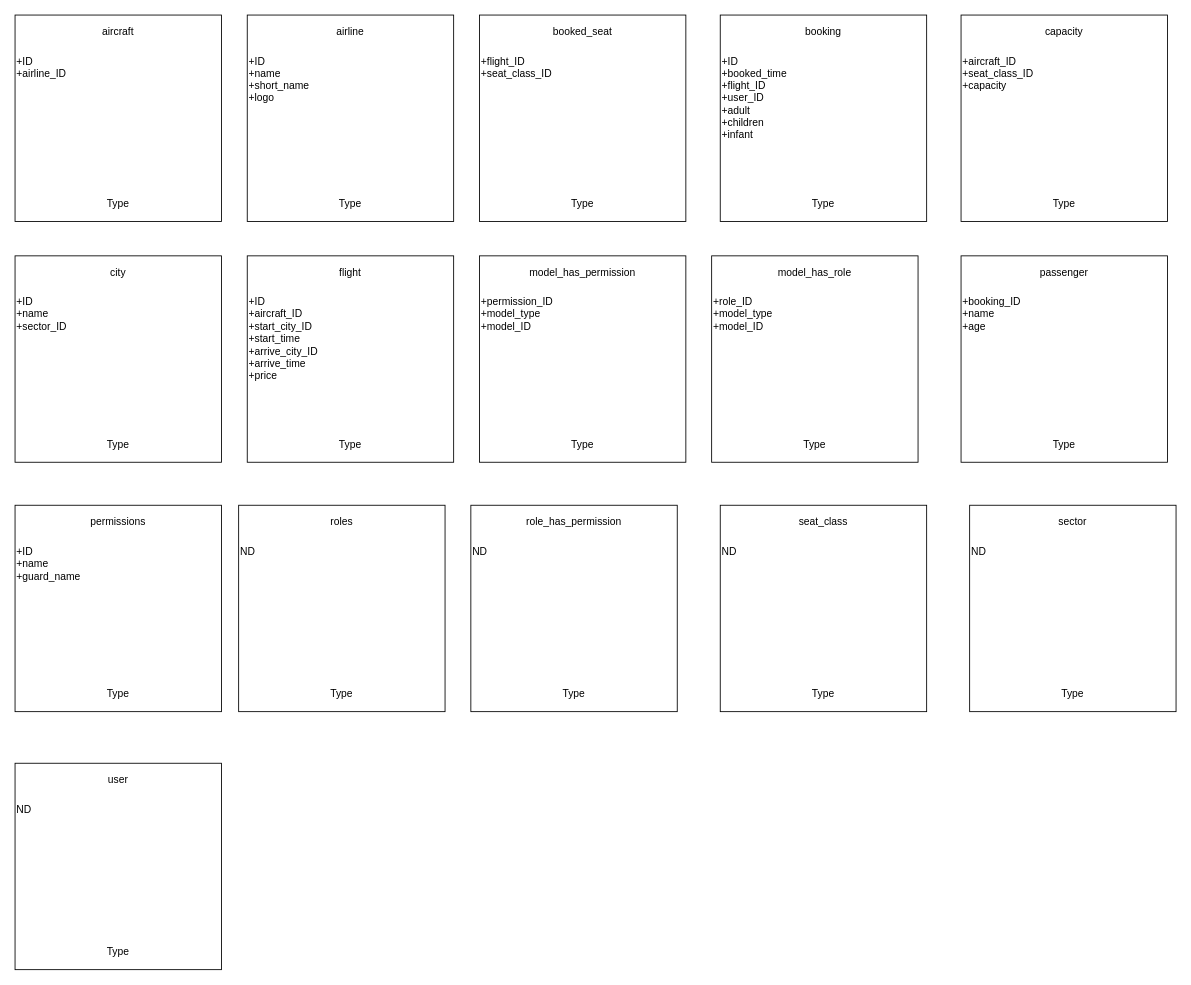
The draw.io diagram Untitled Diagram.drawio in trungkien4723/datvemaybay, before the edit. Source tidied: cells renumbered, new cells numbered last; positions are measured from the earlier drawing's top-left corner, leaving out a move shared by most shapes. Both pictures are drawn from the tidied source at 86%, with x=0, y=0 at pixel (15, 15).
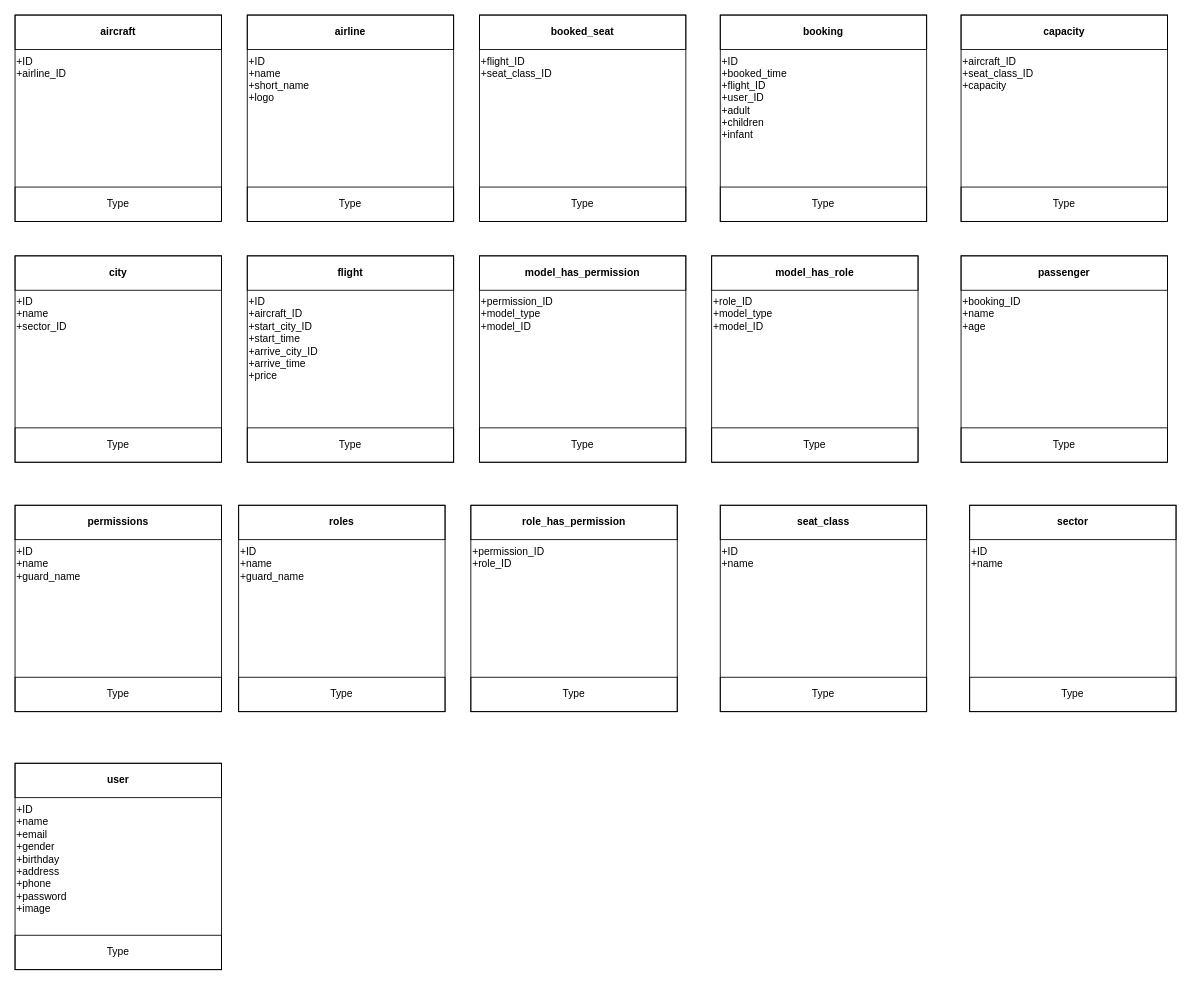
The same diagram, later.

Change to the diagram source:
```diff
@@
-    <mxCell id="3" value="aircraft" style="text;html=1;strokeColor=none;fillColor=none;align=center;verticalAlign=middle;whiteSpace=wrap;rounded=0;" parent="1" vertex="1">
+    <mxCell id="3" value="aircraft" style="text;html=1;fillColor=none;align=center;verticalAlign=middle;whiteSpace=wrap;rounded=0;fontStyle=1;strokeColor=#000000;" parent="1" vertex="1">
       <mxGeometry width="240" height="40" as="geometry" />
     </mxCell>
@@
-    <mxCell id="5" value="&lt;div&gt;Type&lt;/div&gt;" style="text;html=1;strokeColor=none;fillColor=none;align=center;verticalAlign=middle;whiteSpace=wrap;rounded=0;" parent="1" vertex="1">
+    <mxCell id="5" value="&lt;div&gt;Type&lt;/div&gt;" style="text;html=1;fillColor=none;align=center;verticalAlign=middle;whiteSpace=wrap;rounded=0;strokeColor=#000000;" parent="1" vertex="1">
       <mxGeometry y="200" width="240" height="40" as="geometry" />
     </mxCell>
@@
-    <mxCell id="7" value="capacity" style="text;html=1;strokeColor=none;fillColor=none;align=center;verticalAlign=middle;whiteSpace=wrap;rounded=0;" parent="1" vertex="1">
+    <mxCell id="7" value="capacity" style="text;html=1;fillColor=none;align=center;verticalAlign=middle;whiteSpace=wrap;rounded=0;fontStyle=1;strokeColor=#000000;" parent="1" vertex="1">
       <mxGeometry x="1100" width="240" height="40" as="geometry" />
     </mxCell>
@@
-    <mxCell id="9" value="&lt;div&gt;Type&lt;/div&gt;" style="text;html=1;strokeColor=none;fillColor=none;align=center;verticalAlign=middle;whiteSpace=wrap;rounded=0;" parent="1" vertex="1">
+    <mxCell id="9" value="&lt;div&gt;Type&lt;/div&gt;" style="text;html=1;fillColor=none;align=center;verticalAlign=middle;whiteSpace=wrap;rounded=0;strokeColor=#000000;" parent="1" vertex="1">
       <mxGeometry x="1100" y="200" width="240" height="40" as="geometry" />
     </mxCell>
@@
-    <mxCell id="11" value="model_has_role" style="text;html=1;strokeColor=none;fillColor=none;align=center;verticalAlign=middle;whiteSpace=wrap;rounded=0;" parent="1" vertex="1">
+    <mxCell id="11" value="model_has_role" style="text;html=1;fillColor=none;align=center;verticalAlign=middle;whiteSpace=wrap;rounded=0;fontStyle=1;strokeColor=#000000;" parent="1" vertex="1">
       <mxGeometry x="810" y="280" width="240" height="40" as="geometry" />
     </mxCell>
@@
-    <mxCell id="13" value="&lt;div&gt;Type&lt;/div&gt;" style="text;html=1;strokeColor=none;fillColor=none;align=center;verticalAlign=middle;whiteSpace=wrap;rounded=0;" parent="1" vertex="1">
+    <mxCell id="13" value="&lt;div&gt;Type&lt;/div&gt;" style="text;html=1;fillColor=none;align=center;verticalAlign=middle;whiteSpace=wrap;rounded=0;strokeColor=#000000;" parent="1" vertex="1">
       <mxGeometry x="810" y="480" width="240" height="40" as="geometry" />
     </mxCell>
@@
-    <mxCell id="15" value="booking" style="text;html=1;strokeColor=none;fillColor=none;align=center;verticalAlign=middle;whiteSpace=wrap;rounded=0;" parent="1" vertex="1">
+    <mxCell id="15" value="booking" style="text;html=1;fillColor=none;align=center;verticalAlign=middle;whiteSpace=wrap;rounded=0;fontStyle=1;strokeColor=#000000;" parent="1" vertex="1">
       <mxGeometry x="820" width="240" height="40" as="geometry" />
     </mxCell>
@@
-    <mxCell id="17" value="&lt;div&gt;Type&lt;/div&gt;" style="text;html=1;strokeColor=none;fillColor=none;align=center;verticalAlign=middle;whiteSpace=wrap;rounded=0;" parent="1" vertex="1">
+    <mxCell id="17" value="&lt;div&gt;Type&lt;/div&gt;" style="text;html=1;fillColor=none;align=center;verticalAlign=middle;whiteSpace=wrap;rounded=0;strokeColor=#000000;" parent="1" vertex="1">
       <mxGeometry x="820" y="200" width="240" height="40" as="geometry" />
     </mxCell>
@@
-    <mxCell id="19" value="booked_seat" style="text;html=1;strokeColor=none;fillColor=none;align=center;verticalAlign=middle;whiteSpace=wrap;rounded=0;" parent="1" vertex="1">
+    <mxCell id="19" value="booked_seat" style="text;html=1;fillColor=none;align=center;verticalAlign=middle;whiteSpace=wrap;rounded=0;fontStyle=1;strokeColor=#000000;" parent="1" vertex="1">
       <mxGeometry x="540" width="240" height="40" as="geometry" />
     </mxCell>
@@
-    <mxCell id="21" value="&lt;div&gt;Type&lt;/div&gt;" style="text;html=1;strokeColor=none;fillColor=none;align=center;verticalAlign=middle;whiteSpace=wrap;rounded=0;" parent="1" vertex="1">
+    <mxCell id="21" value="&lt;div&gt;Type&lt;/div&gt;" style="text;html=1;fillColor=none;align=center;verticalAlign=middle;whiteSpace=wrap;rounded=0;strokeColor=#000000;" parent="1" vertex="1">
       <mxGeometry x="540" y="200" width="240" height="40" as="geometry" />
     </mxCell>
@@
-    <mxCell id="23" value="airline" style="text;html=1;strokeColor=none;fillColor=none;align=center;verticalAlign=middle;whiteSpace=wrap;rounded=0;" parent="1" vertex="1">
+    <mxCell id="23" value="airline" style="text;html=1;fillColor=none;align=center;verticalAlign=middle;whiteSpace=wrap;rounded=0;fontStyle=1;strokeColor=#000000;" parent="1" vertex="1">
       <mxGeometry x="270" width="240" height="40" as="geometry" />
     </mxCell>
-    <mxCell id="24" value="&lt;div&gt;+ID&lt;/div&gt;&lt;div&gt;+name&lt;/div&gt;&lt;div&gt;+short_name&lt;/div&gt;&lt;div&gt;+logo&lt;br&gt;&lt;/div&gt;" style="text;html=1;strokeColor=none;fillColor=none;align=left;verticalAlign=top;whiteSpace=wrap;rounded=0;" parent="1" vertex="1">
+    <mxCell id="24" value="&lt;div style=&quot;font-size: 12px;&quot;&gt;+ID&lt;/div&gt;&lt;div style=&quot;font-size: 12px;&quot;&gt;+name&lt;/div&gt;&lt;div style=&quot;font-size: 12px;&quot;&gt;+short_name&lt;/div&gt;&lt;div style=&quot;font-size: 12px;&quot;&gt;+logo&lt;br style=&quot;font-size: 12px;&quot;&gt;&lt;/div&gt;" style="text;html=1;strokeColor=none;fillColor=none;align=left;verticalAlign=top;whiteSpace=wrap;rounded=0;fontSize=12;" parent="1" vertex="1">
       <mxGeometry x="270" y="40" width="240" height="160" as="geometry" />
     </mxCell>
-    <mxCell id="25" value="&lt;div&gt;Type&lt;/div&gt;" style="text;html=1;strokeColor=none;fillColor=none;align=center;verticalAlign=middle;whiteSpace=wrap;rounded=0;" parent="1" vertex="1">
+    <mxCell id="25" value="&lt;div&gt;Type&lt;/div&gt;" style="text;html=1;fillColor=none;align=center;verticalAlign=middle;whiteSpace=wrap;rounded=0;strokeColor=#000000;" parent="1" vertex="1">
       <mxGeometry x="270" y="200" width="240" height="40" as="geometry" />
     </mxCell>
@@
-    <mxCell id="27" value="city" style="text;html=1;strokeColor=none;fillColor=none;align=center;verticalAlign=middle;whiteSpace=wrap;rounded=0;" parent="1" vertex="1">
+    <mxCell id="27" value="city" style="text;html=1;fillColor=none;align=center;verticalAlign=middle;whiteSpace=wrap;rounded=0;fontStyle=1;strokeColor=#000000;" parent="1" vertex="1">
       <mxGeometry y="280" width="240" height="40" as="geometry" />
     </mxCell>
@@
-    <mxCell id="29" value="&lt;div&gt;Type&lt;/div&gt;" style="text;html=1;strokeColor=none;fillColor=none;align=center;verticalAlign=middle;whiteSpace=wrap;rounded=0;" parent="1" vertex="1">
+    <mxCell id="29" value="&lt;div&gt;Type&lt;/div&gt;" style="text;html=1;fillColor=none;align=center;verticalAlign=middle;whiteSpace=wrap;rounded=0;strokeColor=#000000;" parent="1" vertex="1">
       <mxGeometry y="480" width="240" height="40" as="geometry" />
     </mxCell>
@@
-    <mxCell id="31" value="flight" style="text;html=1;strokeColor=none;fillColor=none;align=center;verticalAlign=middle;whiteSpace=wrap;rounded=0;" parent="1" vertex="1">
+    <mxCell id="31" value="flight" style="text;html=1;fillColor=none;align=center;verticalAlign=middle;whiteSpace=wrap;rounded=0;fontStyle=1;strokeColor=#000000;" parent="1" vertex="1">
       <mxGeometry x="270" y="280" width="240" height="40" as="geometry" />
     </mxCell>
@@
-    <mxCell id="33" value="&lt;div&gt;Type&lt;/div&gt;" style="text;html=1;strokeColor=none;fillColor=none;align=center;verticalAlign=middle;whiteSpace=wrap;rounded=0;" parent="1" vertex="1">
+    <mxCell id="33" value="&lt;div&gt;Type&lt;/div&gt;" style="text;html=1;fillColor=none;align=center;verticalAlign=middle;whiteSpace=wrap;rounded=0;strokeColor=#000000;" parent="1" vertex="1">
       <mxGeometry x="270" y="480" width="240" height="40" as="geometry" />
     </mxCell>
@@
-    <mxCell id="35" value="model_has_permission" style="text;html=1;strokeColor=none;fillColor=none;align=center;verticalAlign=middle;whiteSpace=wrap;rounded=0;" parent="1" vertex="1">
+    <mxCell id="35" value="model_has_permission" style="text;html=1;fillColor=none;align=center;verticalAlign=middle;whiteSpace=wrap;rounded=0;fontStyle=1;strokeColor=#000000;" parent="1" vertex="1">
       <mxGeometry x="540" y="280" width="240" height="40" as="geometry" />
     </mxCell>
@@
-    <mxCell id="37" value="&lt;div&gt;Type&lt;/div&gt;" style="text;html=1;strokeColor=none;fillColor=none;align=center;verticalAlign=middle;whiteSpace=wrap;rounded=0;" parent="1" vertex="1">
+    <mxCell id="37" value="&lt;div&gt;Type&lt;/div&gt;" style="text;html=1;fillColor=none;align=center;verticalAlign=middle;whiteSpace=wrap;rounded=0;strokeColor=#000000;" parent="1" vertex="1">
       <mxGeometry x="540" y="480" width="240" height="40" as="geometry" />
     </mxCell>
@@
-    <mxCell id="39" value="passenger" style="text;html=1;strokeColor=none;fillColor=none;align=center;verticalAlign=middle;whiteSpace=wrap;rounded=0;" parent="1" vertex="1">
+    <mxCell id="39" value="passenger" style="text;html=1;fillColor=none;align=center;verticalAlign=middle;whiteSpace=wrap;rounded=0;fontStyle=1;strokeColor=#000000;" parent="1" vertex="1">
       <mxGeometry x="1100" y="280" width="240" height="40" as="geometry" />
     </mxCell>
@@
-    <mxCell id="41" value="&lt;div&gt;Type&lt;/div&gt;" style="text;html=1;strokeColor=none;fillColor=none;align=center;verticalAlign=middle;whiteSpace=wrap;rounded=0;" parent="1" vertex="1">
+    <mxCell id="41" value="&lt;div&gt;Type&lt;/div&gt;" style="text;html=1;fillColor=none;align=center;verticalAlign=middle;whiteSpace=wrap;rounded=0;strokeColor=#000000;" parent="1" vertex="1">
       <mxGeometry x="1100" y="480" width="240" height="40" as="geometry" />
     </mxCell>
@@
-    <mxCell id="43" value="permissions" style="text;html=1;strokeColor=none;fillColor=none;align=center;verticalAlign=middle;whiteSpace=wrap;rounded=0;" parent="1" vertex="1">
+    <mxCell id="43" value="permissions" style="text;html=1;fillColor=none;align=center;verticalAlign=middle;whiteSpace=wrap;rounded=0;fontStyle=1;strokeColor=#000000;" parent="1" vertex="1">
       <mxGeometry y="570" width="240" height="40" as="geometry" />
     </mxCell>
@@
-    <mxCell id="45" value="&lt;div&gt;Type&lt;/div&gt;" style="text;html=1;strokeColor=none;fillColor=none;align=center;verticalAlign=middle;whiteSpace=wrap;rounded=0;" parent="1" vertex="1">
+    <mxCell id="45" value="&lt;div&gt;Type&lt;/div&gt;" style="text;html=1;fillColor=none;align=center;verticalAlign=middle;whiteSpace=wrap;rounded=0;strokeColor=#000000;" parent="1" vertex="1">
       <mxGeometry y="770" width="240" height="40" as="geometry" />
     </mxCell>
@@
-    <mxCell id="47" value="roles" style="text;html=1;strokeColor=none;fillColor=none;align=center;verticalAlign=middle;whiteSpace=wrap;rounded=0;" parent="1" vertex="1">
+    <mxCell id="47" value="roles" style="text;html=1;fillColor=none;align=center;verticalAlign=middle;whiteSpace=wrap;rounded=0;fontStyle=1;strokeColor=#000000;" parent="1" vertex="1">
       <mxGeometry x="260" y="570" width="240" height="40" as="geometry" />
     </mxCell>
-    <mxCell id="48" value="ND" style="text;html=1;strokeColor=none;fillColor=none;align=left;verticalAlign=top;whiteSpace=wrap;rounded=0;" parent="1" vertex="1">
+    <mxCell id="48" value="&lt;div&gt;+ID&lt;/div&gt;&lt;div&gt;+name&lt;/div&gt;&lt;div&gt;+guard_name&lt;br&gt;&lt;/div&gt;" style="text;html=1;strokeColor=none;fillColor=none;align=left;verticalAlign=top;whiteSpace=wrap;rounded=0;" parent="1" vertex="1">
       <mxGeometry x="260" y="610" width="240" height="160" as="geometry" />
     </mxCell>
-    <mxCell id="49" value="&lt;div&gt;Type&lt;/div&gt;" style="text;html=1;strokeColor=none;fillColor=none;align=center;verticalAlign=middle;whiteSpace=wrap;rounded=0;" parent="1" vertex="1">
+    <mxCell id="49" value="&lt;div&gt;Type&lt;/div&gt;" style="text;html=1;fillColor=none;align=center;verticalAlign=middle;whiteSpace=wrap;rounded=0;strokeColor=#000000;" parent="1" vertex="1">
       <mxGeometry x="260" y="770" width="240" height="40" as="geometry" />
     </mxCell>
@@
-    <mxCell id="51" value="role_has_permission" style="text;html=1;strokeColor=none;fillColor=none;align=center;verticalAlign=middle;whiteSpace=wrap;rounded=0;" parent="1" vertex="1">
+    <mxCell id="51" value="role_has_permission" style="text;html=1;fillColor=none;align=center;verticalAlign=middle;whiteSpace=wrap;rounded=0;fontStyle=1;strokeColor=#000000;" parent="1" vertex="1">
       <mxGeometry x="530" y="570" width="240" height="40" as="geometry" />
     </mxCell>
-    <mxCell id="52" value="ND" style="text;html=1;strokeColor=none;fillColor=none;align=left;verticalAlign=top;whiteSpace=wrap;rounded=0;" parent="1" vertex="1">
+    <mxCell id="52" value="&lt;div&gt;+permission_ID&lt;/div&gt;&lt;div&gt;+role_ID&lt;br&gt;&lt;/div&gt;" style="text;html=1;strokeColor=none;fillColor=none;align=left;verticalAlign=top;whiteSpace=wrap;rounded=0;" parent="1" vertex="1">
       <mxGeometry x="530" y="610" width="240" height="160" as="geometry" />
     </mxCell>
-    <mxCell id="53" value="&lt;div&gt;Type&lt;/div&gt;" style="text;html=1;strokeColor=none;fillColor=none;align=center;verticalAlign=middle;whiteSpace=wrap;rounded=0;" parent="1" vertex="1">
+    <mxCell id="53" value="&lt;div&gt;Type&lt;/div&gt;" style="text;html=1;fillColor=none;align=center;verticalAlign=middle;whiteSpace=wrap;rounded=0;strokeColor=#000000;" parent="1" vertex="1">
       <mxGeometry x="530" y="770" width="240" height="40" as="geometry" />
     </mxCell>
@@
-    <mxCell id="55" value="seat_class" style="text;html=1;strokeColor=none;fillColor=none;align=center;verticalAlign=middle;whiteSpace=wrap;rounded=0;" parent="1" vertex="1">
+    <mxCell id="55" value="seat_class" style="text;html=1;fillColor=none;align=center;verticalAlign=middle;whiteSpace=wrap;rounded=0;fontStyle=1;strokeColor=#000000;" parent="1" vertex="1">
       <mxGeometry x="820" y="570" width="240" height="40" as="geometry" />
     </mxCell>
-    <mxCell id="56" value="ND" style="text;html=1;strokeColor=none;fillColor=none;align=left;verticalAlign=top;whiteSpace=wrap;rounded=0;" parent="1" vertex="1">
+    <mxCell id="56" value="&lt;div&gt;+ID&lt;/div&gt;&lt;div&gt;+name&lt;br&gt;&lt;/div&gt;" style="text;html=1;strokeColor=none;fillColor=none;align=left;verticalAlign=top;whiteSpace=wrap;rounded=0;" parent="1" vertex="1">
       <mxGeometry x="820" y="610" width="240" height="160" as="geometry" />
     </mxCell>
-    <mxCell id="57" value="&lt;div&gt;Type&lt;/div&gt;" style="text;html=1;strokeColor=none;fillColor=none;align=center;verticalAlign=middle;whiteSpace=wrap;rounded=0;" parent="1" vertex="1">
+    <mxCell id="57" value="&lt;div&gt;Type&lt;/div&gt;" style="text;html=1;fillColor=none;align=center;verticalAlign=middle;whiteSpace=wrap;rounded=0;strokeColor=#000000;" parent="1" vertex="1">
       <mxGeometry x="820" y="770" width="240" height="40" as="geometry" />
     </mxCell>
@@
-    <mxCell id="59" value="sector" style="text;html=1;strokeColor=none;fillColor=none;align=center;verticalAlign=middle;whiteSpace=wrap;rounded=0;" parent="1" vertex="1">
+    <mxCell id="59" value="sector" style="text;html=1;fillColor=none;align=center;verticalAlign=middle;whiteSpace=wrap;rounded=0;fontStyle=1;strokeColor=#000000;" parent="1" vertex="1">
       <mxGeometry x="1110" y="570" width="240" height="40" as="geometry" />
     </mxCell>
-    <mxCell id="60" value="ND" style="text;html=1;strokeColor=none;fillColor=none;align=left;verticalAlign=top;whiteSpace=wrap;rounded=0;" parent="1" vertex="1">
+    <mxCell id="60" value="&lt;div&gt;+ID&lt;/div&gt;&lt;div&gt;+name&lt;br&gt;&lt;/div&gt;" style="text;html=1;strokeColor=none;fillColor=none;align=left;verticalAlign=top;whiteSpace=wrap;rounded=0;" parent="1" vertex="1">
       <mxGeometry x="1110" y="610" width="240" height="160" as="geometry" />
     </mxCell>
-    <mxCell id="61" value="&lt;div&gt;Type&lt;/div&gt;" style="text;html=1;strokeColor=none;fillColor=none;align=center;verticalAlign=middle;whiteSpace=wrap;rounded=0;" parent="1" vertex="1">
+    <mxCell id="61" value="&lt;div&gt;Type&lt;/div&gt;" style="text;html=1;fillColor=none;align=center;verticalAlign=middle;whiteSpace=wrap;rounded=0;strokeColor=#000000;" parent="1" vertex="1">
       <mxGeometry x="1110" y="770" width="240" height="40" as="geometry" />
     </mxCell>
@@
-    <mxCell id="63" value="user" style="text;html=1;strokeColor=none;fillColor=none;align=center;verticalAlign=middle;whiteSpace=wrap;rounded=0;" parent="1" vertex="1">
+    <mxCell id="63" value="user" style="text;html=1;fillColor=none;align=center;verticalAlign=middle;whiteSpace=wrap;rounded=0;fontStyle=1;strokeColor=#000000;" parent="1" vertex="1">
       <mxGeometry y="870" width="240" height="40" as="geometry" />
     </mxCell>
-    <mxCell id="64" value="ND" style="text;html=1;strokeColor=none;fillColor=none;align=left;verticalAlign=top;whiteSpace=wrap;rounded=0;" parent="1" vertex="1">
+    <mxCell id="64" value="&lt;div&gt;+ID&lt;/div&gt;&lt;div&gt;+name&lt;/div&gt;&lt;div&gt;+email&lt;/div&gt;&lt;div&gt;+gender&lt;/div&gt;&lt;div&gt;+birthday&lt;/div&gt;&lt;div&gt;+address&lt;/div&gt;&lt;div&gt;+phone&lt;/div&gt;&lt;div&gt;+password&lt;/div&gt;&lt;div&gt;+image&lt;br&gt;&lt;/div&gt;" style="text;html=1;strokeColor=none;fillColor=none;align=left;verticalAlign=top;whiteSpace=wrap;rounded=0;" parent="1" vertex="1">
       <mxGeometry y="910" width="240" height="160" as="geometry" />
     </mxCell>
-    <mxCell id="65" value="&lt;div&gt;Type&lt;/div&gt;" style="text;html=1;strokeColor=none;fillColor=none;align=center;verticalAlign=middle;whiteSpace=wrap;rounded=0;" parent="1" vertex="1">
+    <mxCell id="65" value="&lt;div&gt;Type&lt;/div&gt;" style="text;html=1;fillColor=none;align=center;verticalAlign=middle;whiteSpace=wrap;rounded=0;strokeColor=#000000;" parent="1" vertex="1">
       <mxGeometry y="1070" width="240" height="40" as="geometry" />
     </mxCell>
```
